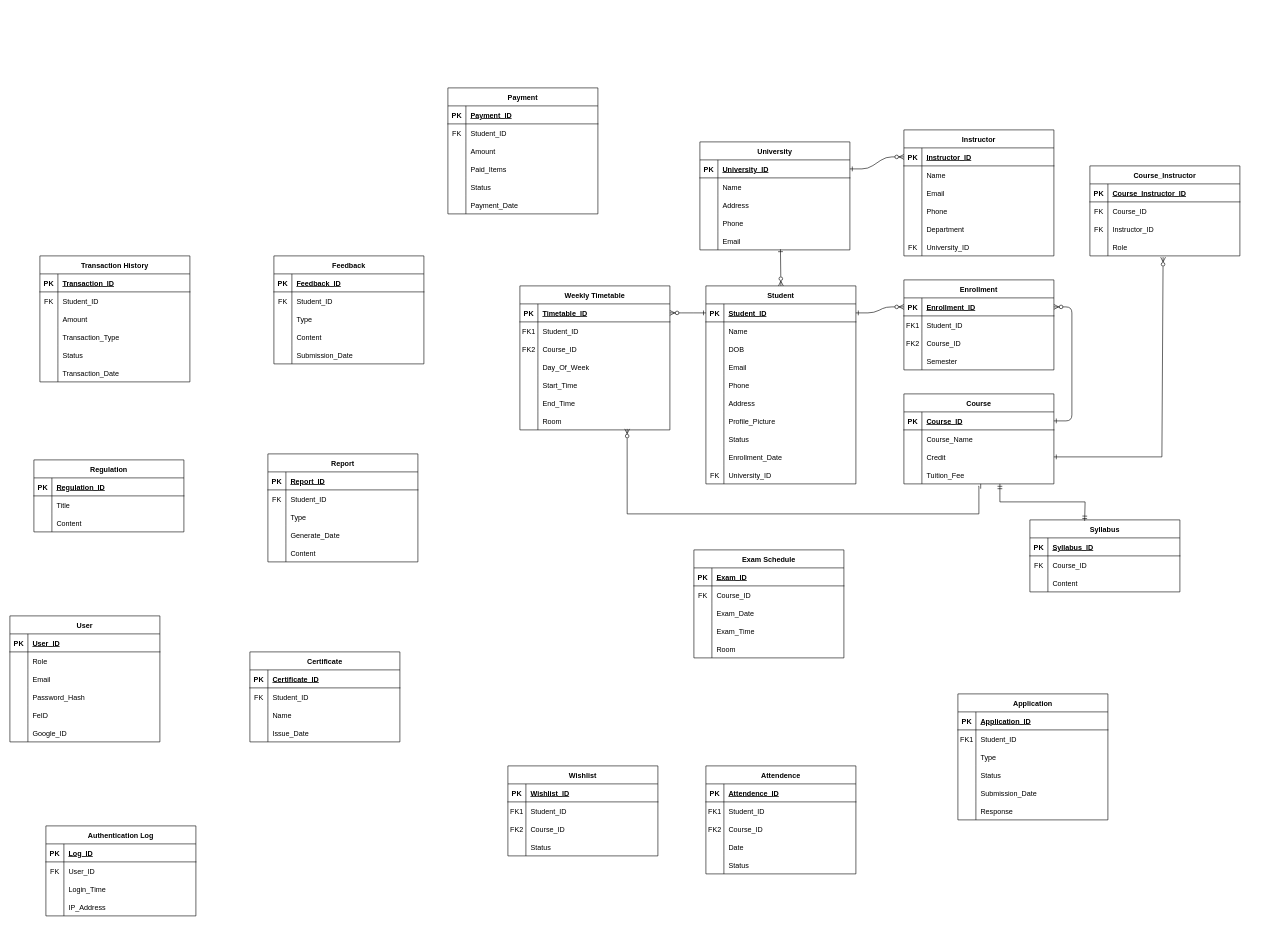
Earlier version of the draw.io diagram fap.fpt.edu.vn.drawio (QuanTran05/ERD). Source tidied: cells renumbered, new cells numbered last; positions are measured from the earlier drawing's top-left corner, leaving out a move shared by most shapes. Both pictures are drawn from the tidied source at 60%, with x=0, y=0 at pixel (10, 88).
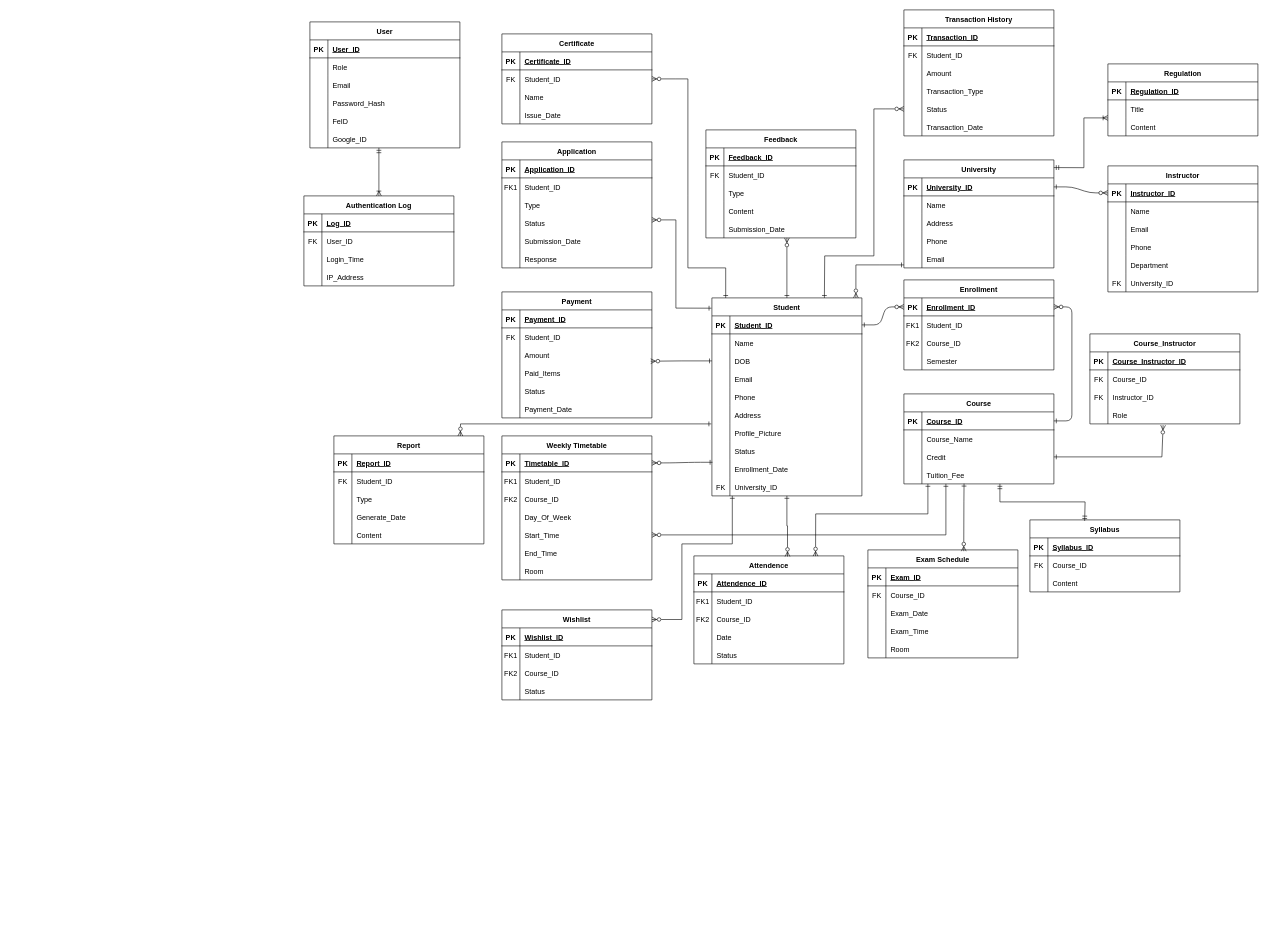
After the change.

The change refers to these unchanged cells:
```xml
<mxCell id="14" style="shape=partialRectangle;fillColor=none;points=[[0,0.5],[1,0.5]];portConstraint=eastwest;top=0;left=0;right=0;bottom=0;" parent="4" vertex="1">
  <mxGeometry y="120" width="250" height="30" as="geometry" />
</mxCell>
<mxCell id="31" style="shape=partialRectangle;fillColor=none;points=[[0,0.5],[1,0.5]];portConstraint=eastwest;top=0;left=0;right=0;bottom=1;" parent="30" vertex="1">
  <mxGeometry y="30" width="250" height="30" as="geometry" />
</mxCell>
<mxCell id="37" style="shape=partialRectangle;fillColor=none;points=[[0,0.5],[1,0.5]];portConstraint=eastwest;top=0;left=0;right=0;bottom=0;" parent="30" vertex="1">
  <mxGeometry y="90" width="250" height="30" as="geometry" />
</mxCell>
<mxCell id="55" style="shape=partialRectangle;fillColor=none;points=[[0,0.5],[1,0.5]];portConstraint=eastwest;top=0;left=0;right=0;bottom=0;" parent="30" vertex="1">
  <mxGeometry y="270" width="250" height="30" as="geometry" />
</mxCell>
<mxCell id="62" style="shape=partialRectangle;fillColor=none;points=[[0,0.5],[1,0.5]];portConstraint=eastwest;top=0;left=0;right=0;bottom=1;" parent="61" vertex="1">
  <mxGeometry y="30" width="250" height="30" as="geometry" />
</mxCell>
<mxCell id="74" style="shape=partialRectangle;fillColor=none;points=[[0,0.5],[1,0.5]];portConstraint=eastwest;top=0;left=0;right=0;bottom=0;" parent="61" vertex="1">
  <mxGeometry y="150" width="250" height="30" as="geometry" />
</mxCell>
<mxCell id="80" style="shape=partialRectangle;fillColor=none;points=[[0,0.5],[1,0.5]];portConstraint=eastwest;top=0;left=0;right=0;bottom=0;" parent="61" vertex="1">
  <mxGeometry y="210" width="250" height="30" as="geometry" />
</mxCell>
<mxCell id="151" style="shape=partialRectangle;fillColor=none;points=[[0,0.5],[1,0.5]];portConstraint=eastwest;top=0;left=0;right=0;bottom=0;" parent="144" vertex="1">
  <mxGeometry y="90" width="250" height="30" as="geometry" />
</mxCell>
<mxCell id="189" style="shape=partialRectangle;fillColor=none;points=[[0,0.5],[1,0.5]];portConstraint=eastwest;top=0;left=0;right=0;bottom=0;" parent="176" vertex="1">
  <mxGeometry y="150" width="250" height="30" as="geometry" />
</mxCell>
<mxCell id="212" style="shape=partialRectangle;fillColor=none;points=[[0,0.5],[1,0.5]];portConstraint=eastwest;top=0;left=0;right=0;bottom=0;" parent="208" vertex="1">
  <mxGeometry y="60" width="250" height="30" as="geometry" />
</mxCell>
<mxCell id="234" style="shape=partialRectangle;fillColor=none;points=[[0,0.5],[1,0.5]];portConstraint=eastwest;top=0;left=0;right=0;bottom=0;" parent="221" vertex="1">
  <mxGeometry y="150" width="250" height="30" as="geometry" />
</mxCell>
<mxCell id="266" style="shape=partialRectangle;fillColor=none;points=[[0,0.5],[1,0.5]];portConstraint=eastwest;top=0;left=0;right=0;bottom=0;" parent="250" vertex="1">
  <mxGeometry y="180" width="250" height="30" as="geometry" />
</mxCell>
<mxCell id="295" style="shape=partialRectangle;fillColor=none;points=[[0,0.5],[1,0.5]];portConstraint=eastwest;top=0;left=0;right=0;bottom=0;" parent="282" vertex="1">
  <mxGeometry y="150" width="250" height="30" as="geometry" />
</mxCell>
```

Change to the diagram source:
```diff
@@
     <mxCell id="30" value="Student" style="shape=table;startSize=30;childLayout=tableLayout;rowLines=0;fontStyle=1;align=center;" parent="1" vertex="1">
-      <mxGeometry x="1160" y="330" width="250" height="330" as="geometry" />
+      <mxGeometry x="1170" y="350" width="250" height="330" as="geometry" />
     </mxCell>
@@
     <mxCell id="61" value="Weekly Timetable" style="shape=table;startSize=30;childLayout=tableLayout;rowLines=0;fontStyle=1;align=center;" parent="1" vertex="1">
-      <mxGeometry x="850" y="330" width="250" height="240" as="geometry" />
+      <mxGeometry x="820" y="580" width="250" height="240" as="geometry" />
     </mxCell>
@@
     <mxCell id="83" value="Exam Schedule" style="shape=table;startSize=30;childLayout=tableLayout;rowLines=0;fontStyle=1;align=center;" parent="1" vertex="1">
-      <mxGeometry x="1140" y="770" width="250" height="180" as="geometry" />
+      <mxGeometry x="1430" y="770" width="250" height="180" as="geometry" />
     </mxCell>
@@
     <mxCell id="109" value="Application" style="shape=table;startSize=30;childLayout=tableLayout;rowLines=0;fontStyle=1;align=center;" parent="1" vertex="1">
-      <mxGeometry x="1580" y="1010" width="250" height="210" as="geometry" />
+      <mxGeometry x="820" y="90" width="250" height="210" as="geometry" />
     </mxCell>
@@
     <mxCell id="128" value="Attendence" style="shape=table;startSize=30;childLayout=tableLayout;rowLines=0;fontStyle=1;align=center;" parent="1" vertex="1">
-      <mxGeometry x="1160" y="1130" width="250" height="180" as="geometry" />
+      <mxGeometry x="1140" y="780" width="250" height="180" as="geometry" />
     </mxCell>
@@
     <mxCell id="144" value="Payment" style="shape=table;startSize=30;childLayout=tableLayout;rowLines=0;fontStyle=1;align=center;" parent="1" vertex="1">
-      <mxGeometry x="730" width="250" height="210" as="geometry" />
+      <mxGeometry x="820" y="340" width="250" height="210" as="geometry" />
     </mxCell>
@@
     <mxCell id="163" value="Wishlist" style="shape=table;startSize=30;childLayout=tableLayout;rowLines=0;fontStyle=1;align=center;" parent="1" vertex="1">
-      <mxGeometry x="830" y="1130" width="250" height="150" as="geometry" />
+      <mxGeometry x="820" y="870" width="250" height="150" as="geometry" />
     </mxCell>
@@
     <mxCell id="176" value="Feedback" style="shape=table;startSize=30;childLayout=tableLayout;rowLines=0;fontStyle=1;align=center;" parent="1" vertex="1">
-      <mxGeometry x="440" y="280" width="250" height="180" as="geometry" />
+      <mxGeometry x="1160" y="70" width="250" height="180" as="geometry" />
     </mxCell>
@@
     <mxCell id="192" value="Report" style="shape=table;startSize=30;childLayout=tableLayout;rowLines=0;fontStyle=1;align=center;" parent="1" vertex="1">
-      <mxGeometry x="430" y="610" width="250" height="180" as="geometry" />
+      <mxGeometry x="540" y="580" width="250" height="180" as="geometry" />
     </mxCell>
@@
     <mxCell id="208" value="Certificate" style="shape=table;startSize=30;childLayout=tableLayout;rowLines=0;fontStyle=1;align=center;" parent="1" vertex="1">
-      <mxGeometry x="400" y="940" width="250" height="150" as="geometry" />
+      <mxGeometry x="820" y="-90" width="250" height="150" as="geometry" />
     </mxCell>
@@
     <mxCell id="221" value="Transaction History" style="shape=table;startSize=30;childLayout=tableLayout;rowLines=0;fontStyle=1;align=center;" parent="1" vertex="1">
-      <mxGeometry x="50" y="280" width="250" height="210" as="geometry" />
+      <mxGeometry x="1490" y="-130" width="250" height="210" as="geometry" />
     </mxCell>
@@
     <mxCell id="240" value="Regulation" style="shape=table;startSize=30;childLayout=tableLayout;rowLines=0;fontStyle=1;align=center;" parent="1" vertex="1">
-      <mxGeometry x="40" y="620" width="250" height="120" as="geometry" />
+      <mxGeometry x="1830" y="-40" width="250" height="120" as="geometry" />
     </mxCell>
@@
     <mxCell id="250" value="User" style="shape=table;startSize=30;childLayout=tableLayout;rowLines=0;fontStyle=1;align=center;" parent="1" vertex="1">
-      <mxGeometry y="880" width="250" height="210" as="geometry" />
+      <mxGeometry x="500" y="-110" width="250" height="210" as="geometry" />
     </mxCell>
@@
     <mxCell id="269" value="Authentication Log" style="shape=table;startSize=30;childLayout=tableLayout;rowLines=0;fontStyle=1;align=center;" parent="1" vertex="1">
-      <mxGeometry x="60" y="1230" width="250" height="150" as="geometry" />
+      <mxGeometry x="490" y="180" width="250" height="150" as="geometry" />
     </mxCell>
@@
     <mxCell id="282" value="University" style="shape=table;startSize=30;childLayout=tableLayout;rowLines=0;fontStyle=1;align=center;" parent="1" vertex="1">
-      <mxGeometry x="1150" y="90" width="250" height="180" as="geometry" />
+      <mxGeometry x="1490" y="120" width="250" height="180" as="geometry" />
     </mxCell>
@@
     <mxCell id="298" value="Instructor" style="shape=table;startSize=30;childLayout=tableLayout;rowLines=0;fontStyle=1;align=center;" parent="1" vertex="1">
-      <mxGeometry x="1490" y="70" width="250" height="210" as="geometry" />
+      <mxGeometry x="1830" y="130" width="250" height="210" as="geometry" />
     </mxCell>
@@
     <mxCell id="317" value="Course_Instructor" style="shape=table;startSize=30;childLayout=tableLayout;rowLines=0;fontStyle=1;align=center;" parent="1" vertex="1">
-      <mxGeometry x="1800" y="130" width="250" height="150" as="geometry" />
+      <mxGeometry x="1800" y="410" width="250" height="150" as="geometry" />
     </mxCell>
@@
-    <mxCell id="330" style="edgeStyle=entityRelationEdgeStyle;endArrow=ERzeroToMany;startArrow=ERone;endFill=1;startFill=0;entryX=1;entryY=0.5;entryDx=0;entryDy=0;exitX=0;exitY=0.5;exitDx=0;exitDy=0;" parent="1" edge="1" source="31" target="62">
+    <mxCell id="330" style="edgeStyle=entityRelationEdgeStyle;endArrow=ERzeroToMany;startArrow=ERone;endFill=1;startFill=0;entryX=1;entryY=0.5;entryDx=0;entryDy=0;exitX=0.004;exitY=0.133;exitDx=0;exitDy=0;exitPerimeter=0;" parent="1" edge="1" source="55" target="62">
       <mxGeometry relative="1" as="geometry">
         <Array as="points">
+          <mxPoint x="1110" y="570" />
           <mxPoint x="1102" y="482" />
+          <mxPoint x="1110" y="580" />
+          <mxPoint x="1110" y="580" />
+          <mxPoint x="1120" y="600" />
         </Array>
       </mxGeometry>
     </mxCell>
-    <mxCell id="331" style="edgeStyle=orthogonalEdgeStyle;rounded=0;jettySize=auto;html=1;startArrow=ERone;startFill=0;endArrow=ERzeroToMany;endFill=0;entryX=0.715;entryY=0.943;entryDx=0;entryDy=0;entryPerimeter=0;exitX=0.496;exitY=1.133;exitDx=0;exitDy=0;exitPerimeter=0;" parent="1" edge="1" source="14" target="80">
+    <mxCell id="331" style="edgeStyle=orthogonalEdgeStyle;rounded=0;jettySize=auto;html=1;startArrow=ERone;startFill=0;endArrow=ERzeroToMany;endFill=0;entryX=1;entryY=0.5;entryDx=0;entryDy=0;" parent="1" edge="1" target="74">
       <mxGeometry relative="1" as="geometry">
+        <mxPoint x="1560" y="660" as="sourcePoint" />
         <Array as="points">
-          <mxPoint x="1615" y="710" />
-          <mxPoint x="1029" y="710" />
+          <mxPoint x="1560" y="660" />
+          <mxPoint x="1560" y="745" />
         </Array>
       </mxGeometry>
     </mxCell>
@@
-    <mxCell id="333" style="endArrow=ERone;html=1;rounded=0;entryX=0.537;entryY=0.965;entryDx=0;entryDy=0;entryPerimeter=0;exitX=0.5;exitY=0;exitDx=0;exitDy=0;startArrow=ERzeroToMany;startFill=0;endFill=0;" parent="1" edge="1" source="30" target="295">
-      <mxGeometry relative="1" as="geometry" />
+    <mxCell id="333" style="endArrow=ERone;html=1;rounded=0;startArrow=ERzeroToMany;startFill=0;endFill=0;" parent="1" edge="1">
+      <mxGeometry relative="1" as="geometry">
+        <mxPoint x="1410" y="350" as="sourcePoint" />
+        <mxPoint x="1490" y="295" as="targetPoint" />
+        <Array as="points">
+          <mxPoint x="1410" y="295" />
+          <mxPoint x="1450" y="295" />
+        </Array>
+      </mxGeometry>
     </mxCell>
@@
+    <mxCell id="336" style="endArrow=ERone;html=1;rounded=0;startArrow=ERzeroToMany;startFill=0;endFill=0;entryX=0.401;entryY=0.988;entryDx=0;entryDy=0;entryPerimeter=0;exitX=0.639;exitY=0.012;exitDx=0;exitDy=0;exitPerimeter=0;" parent="1" edge="1" source="83" target="14">
+      <mxGeometry relative="1" as="geometry">
+        <Array as="points">
+          <mxPoint x="1590" y="690" />
+        </Array>
+      </mxGeometry>
+    </mxCell>
+    <mxCell id="337" style="endArrow=ERzeroToMany;html=1;rounded=0;exitX=-0.003;exitY=0.052;exitDx=0;exitDy=0;exitPerimeter=0;startArrow=ERone;startFill=0;endFill=0;" parent="1" edge="1" source="30">
+      <mxGeometry relative="1" as="geometry">
+        <mxPoint x="1070" y="220" as="targetPoint" />
+        <Array as="points">
+          <mxPoint x="1110" y="367" />
+          <mxPoint x="1110" y="220" />
+        </Array>
+      </mxGeometry>
+    </mxCell>
+    <mxCell id="338" style="edgeStyle=orthogonalEdgeStyle;rounded=0;jettySize=auto;html=1;entryX=0.992;entryY=0.851;entryDx=0;entryDy=0;entryPerimeter=0;endArrow=ERzeroToMany;endFill=0;startArrow=ERone;startFill=0;" parent="1" edge="1" source="37" target="151">
+      <mxGeometry relative="1" as="geometry" />
+    </mxCell>
+    <mxCell id="339" style="edgeStyle=orthogonalEdgeStyle;rounded=0;jettySize=auto;html=1;entryX=0.624;entryY=0.006;entryDx=0;entryDy=0;entryPerimeter=0;endArrow=ERzeroToMany;endFill=0;startArrow=ERone;startFill=0;" parent="1" edge="1" source="30" target="128">
+      <mxGeometry relative="1" as="geometry" />
+    </mxCell>
+    <mxCell id="340" style="endArrow=ERzeroToMany;html=1;rounded=0;entryX=0.811;entryY=0.002;entryDx=0;entryDy=0;entryPerimeter=0;endFill=0;startArrow=ERone;startFill=0;" parent="1" edge="1" target="128">
+      <mxGeometry relative="1" as="geometry">
+        <mxPoint x="1530" y="660" as="sourcePoint" />
+        <Array as="points">
+          <mxPoint x="1530" y="710" />
+          <mxPoint x="1343" y="710" />
+        </Array>
+      </mxGeometry>
+    </mxCell>
+    <mxCell id="341" style="endArrow=ERone;html=1;rounded=0;startArrow=ERzeroToMany;startFill=0;endFill=0;" parent="1" edge="1">
+      <mxGeometry relative="1" as="geometry">
+        <mxPoint x="1070" y="886" as="sourcePoint" />
+        <mxPoint x="1204" y="680" as="targetPoint" />
+        <Array as="points">
+          <mxPoint x="1120" y="886" />
+          <mxPoint x="1120" y="760" />
+          <mxPoint x="1204" y="760" />
+        </Array>
+      </mxGeometry>
+    </mxCell>
+    <mxCell id="342" style="endArrow=ERzeroToMany;html=1;rounded=0;exitX=0.5;exitY=0;exitDx=0;exitDy=0;entryX=0.54;entryY=1;entryDx=0;entryDy=0;entryPerimeter=0;endFill=0;startArrow=ERone;startFill=0;" parent="1" edge="1" source="30" target="189">
+      <mxGeometry relative="1" as="geometry" />
+    </mxCell>
+    <mxCell id="343" style="endArrow=ERzeroToMany;html=1;rounded=0;entryX=0.843;entryY=0.001;entryDx=0;entryDy=0;entryPerimeter=0;endFill=0;startArrow=ERone;startFill=0;" parent="1" edge="1" target="192">
+      <mxGeometry relative="1" as="geometry">
+        <mxPoint x="1169" y="560" as="sourcePoint" />
+        <Array as="points">
+          <mxPoint x="751" y="560" />
+        </Array>
+      </mxGeometry>
+    </mxCell>
+    <mxCell id="344" style="endArrow=ERzeroToMany;html=1;rounded=0;entryX=1;entryY=0.5;entryDx=0;entryDy=0;endFill=0;startArrow=ERone;startFill=0;" parent="1" edge="1" target="212">
+      <mxGeometry relative="1" as="geometry">
+        <mxPoint x="1193" y="350" as="sourcePoint" />
+        <Array as="points">
+          <mxPoint x="1193" y="300" />
+          <mxPoint x="1130" y="300" />
+          <mxPoint x="1130" y="180" />
+          <mxPoint x="1130" y="-15" />
+          <mxPoint x="1110" y="-15" />
+        </Array>
+      </mxGeometry>
+    </mxCell>
+    <mxCell id="345" style="endArrow=ERzeroToMany;html=1;rounded=0;exitX=0.75;exitY=0;exitDx=0;exitDy=0;entryX=0;entryY=0.5;entryDx=0;entryDy=0;startArrow=ERone;startFill=0;endFill=0;" parent="1" edge="1" source="30" target="234">
+      <mxGeometry relative="1" as="geometry">
+        <Array as="points">
+          <mxPoint x="1358" y="280" />
+          <mxPoint x="1440" y="280" />
+          <mxPoint x="1440" y="35" />
+          <mxPoint x="1460" y="35" />
+        </Array>
+      </mxGeometry>
+    </mxCell>
+    <mxCell id="346" style="endArrow=ERoneToMany;html=1;rounded=0;exitX=1;exitY=0.071;exitDx=0;exitDy=0;exitPerimeter=0;endFill=0;startArrow=ERmandOne;startFill=0;" parent="1" edge="1" source="282">
+      <mxGeometry relative="1" as="geometry">
+        <mxPoint x="1830" y="50" as="targetPoint" />
+        <Array as="points">
+          <mxPoint x="1790" y="133" />
+          <mxPoint x="1790" y="50" />
+        </Array>
+      </mxGeometry>
+    </mxCell>
+    <mxCell id="347" style="endArrow=ERoneToMany;html=1;rounded=0;exitX=0.46;exitY=1;exitDx=0;exitDy=0;exitPerimeter=0;entryX=0.5;entryY=0;entryDx=0;entryDy=0;endFill=0;startArrow=ERmandOne;startFill=0;" parent="1" edge="1" source="266" target="269">
+      <mxGeometry relative="1" as="geometry" />
+    </mxCell>
```
